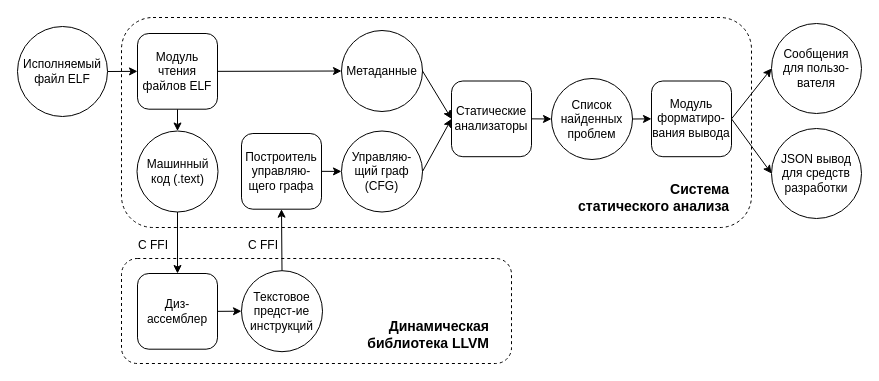
timlathy/itmo-bachelor-thesis keeps this draw.io diagram as diagrams/arch.drawio. Above is the earlier version. Source tidied: cells renumbered, new cells numbered last; positions are measured from the earlier drawing's top-left corner, leaving out a move shared by most shapes. Both pictures are drawn from the tidied source at 100%, with x=0, y=0 at pixel (17, 17).
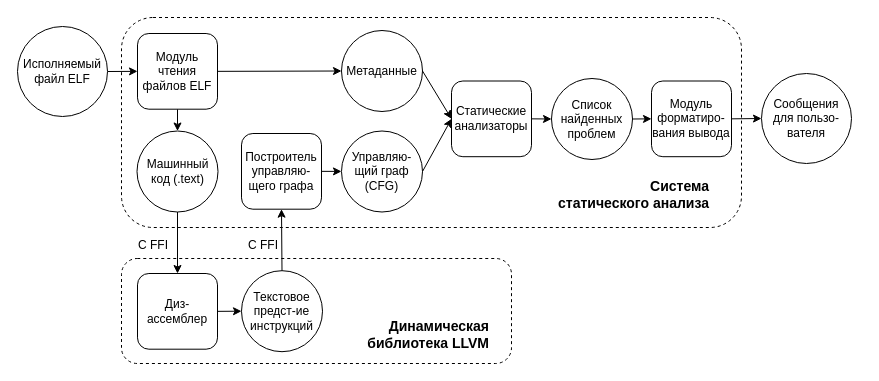
Above is the later version.

Unchanged cells that the change refers to:
```xml
<mxCell id="28" value="Модуль форматиро-вания вывода" style="rounded=1;whiteSpace=wrap;html=1;" parent="1" vertex="1">
  <mxGeometry x="634" y="63.5" width="80" height="75.7" as="geometry" />
</mxCell>
```

Change to the diagram source:
```diff
@@
     <mxCell id="2" style="rounded=1;whiteSpace=wrap;html=1;fillColor=none;dashed=1;" parent="1" vertex="1">
-      <mxGeometry x="104" width="630" height="210" as="geometry" />
+      <mxGeometry x="104" width="620" height="210" as="geometry" />
     </mxCell>
@@
-    <mxCell id="21" style="endArrow=classic;html=1;exitX=1;exitY=0.5;exitDx=0;exitDy=0;entryX=0;entryY=0.5;entryDx=0;entryDy=0;" parent="1" edge="1" source="28" target="25">
-      <mxGeometry relative="1" as="geometry" />
-    </mxCell>
@@
     <mxCell id="23" value="&lt;font style=&quot;font-size: 14px&quot;&gt;Система&lt;br&gt;статического анализа&lt;/font&gt;" style="text;html=1;strokeColor=none;fillColor=none;align=right;verticalAlign=middle;whiteSpace=wrap;rounded=0;dashed=1;fontStyle=1;" parent="1" vertex="1">
-      <mxGeometry x="544" y="166" width="170" height="28.8" as="geometry" />
+      <mxGeometry x="524" y="163" width="170" height="28.8" as="geometry" />
     </mxCell>
     <mxCell id="24" value="Сообщения&lt;br&gt;для пользо-вателя" style="ellipse;whiteSpace=wrap;html=1;" parent="1" vertex="1">
-      <mxGeometry x="754" y="6" width="90" height="90" as="geometry" />
+      <mxGeometry x="744" y="56" width="90" height="90" as="geometry" />
     </mxCell>
-    <mxCell id="25" value="JSON вывод для средств&lt;br&gt;разработки" style="ellipse;whiteSpace=wrap;html=1;" parent="1" vertex="1">
-      <mxGeometry x="754" y="111" width="90" height="90" as="geometry" />
-    </mxCell>
```
